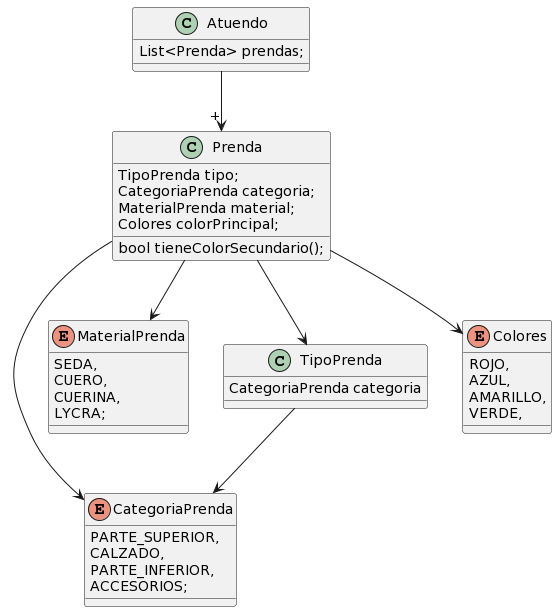
Above: Imagenes/diagramaDeClases.png in LucasBatalla/QMP-DDS-2022 (PlantUML), before the change. The source it was exported from:
```plantuml
@startuml
Enum CategoriaPrenda{
PARTE_SUPERIOR,
CALZADO,
PARTE_INFERIOR,
ACCESORIOS;
}

Enum MaterialPrenda{
SEDA,
CUERO,
CUERINA,
LYCRA;
}
Class TipoPrenda{
CategoriaPrenda categoria

}

Enum Colores{
ROJO,
AZUL,
AMARILLO,
VERDE,
}


Class Prenda{
TipoPrenda tipo;
CategoriaPrenda categoria;
MaterialPrenda material;
Colores colorPrincipal;
bool tieneColorSecundario();
}

Class Atuendo{
List<Prenda> prendas;
}

Atuendo --> "+" Prenda
Prenda --> CategoriaPrenda
Prenda --> Colores
Prenda --> TipoPrenda
Prenda --> MaterialPrenda
TipoPrenda --> CategoriaPrenda
@enduml
```
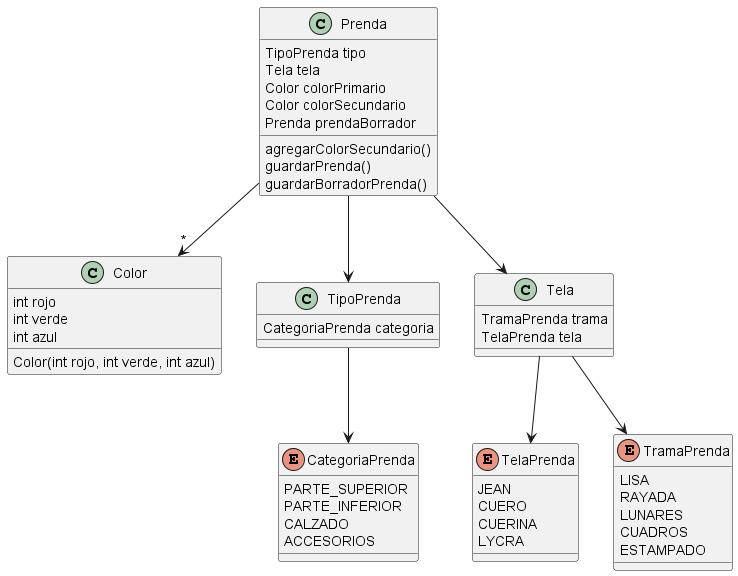
The same file after the commit.

Commit message:
codigo y diagrama de clases

Change to the diagram source:
```diff
@@ -1,46 +1,68 @@
 @startuml
-Enum CategoriaPrenda{
-PARTE_SUPERIOR,
-CALZADO,
-PARTE_INFERIOR,
-ACCESORIOS;
+
+class Prenda{
+
+    TipoPrenda tipo
+    Tela tela
+    Color colorPrimario
+    Color colorSecundario
+    Prenda prendaBorrador
+
+    agregarColorSecundario()
+    guardarPrenda()
+    guardarBorradorPrenda()
 }
 
-Enum MaterialPrenda{
-SEDA,
-CUERO,
-CUERINA,
-LYCRA;
+enum CategoriaPrenda{
+    PARTE_SUPERIOR
+    PARTE_INFERIOR
+    CALZADO
+    ACCESORIOS
 }
-Class TipoPrenda{
-CategoriaPrenda categoria
+enum TelaPrenda{
+    JEAN
+    CUERO
+    CUERINA
+    LYCRA
+}
+
+enum TramaPrenda {
+    LISA
+    RAYADA
+    LUNARES
+    CUADROS
+    ESTAMPADO
+}
+
+class Color {
+
+    int rojo
+    int verde
+    int azul
+
+    Color(int rojo, int verde, int azul)
+
+
+}
+class TipoPrenda {
+
+    CategoriaPrenda categoria
 
 }
 
-Enum Colores{
-ROJO,
-AZUL,
-AMARILLO,
-VERDE,
+class Tela {
+    TramaPrenda trama
+    TelaPrenda tela
+
+
+
 }
 
+Prenda --> TipoPrenda
+TipoPrenda --> CategoriaPrenda
+Prenda --> "*" Color
+Prenda --> Tela
+Tela --> TelaPrenda
+Tela --> TramaPrenda
 
-Class Prenda{
-TipoPrenda tipo;
-CategoriaPrenda categoria;
-MaterialPrenda material;
-Colores colorPrincipal;
-bool tieneColorSecundario();
-}
-
-Class Atuendo{
-List<Prenda> prendas;
-}
-
-Atuendo --> "+" Prenda
-Prenda --> CategoriaPrenda
-Prenda --> Colores
-Prenda --> TipoPrenda
-Prenda --> MaterialPrenda
-TipoPrenda --> CategoriaPrenda
 @enduml
```
